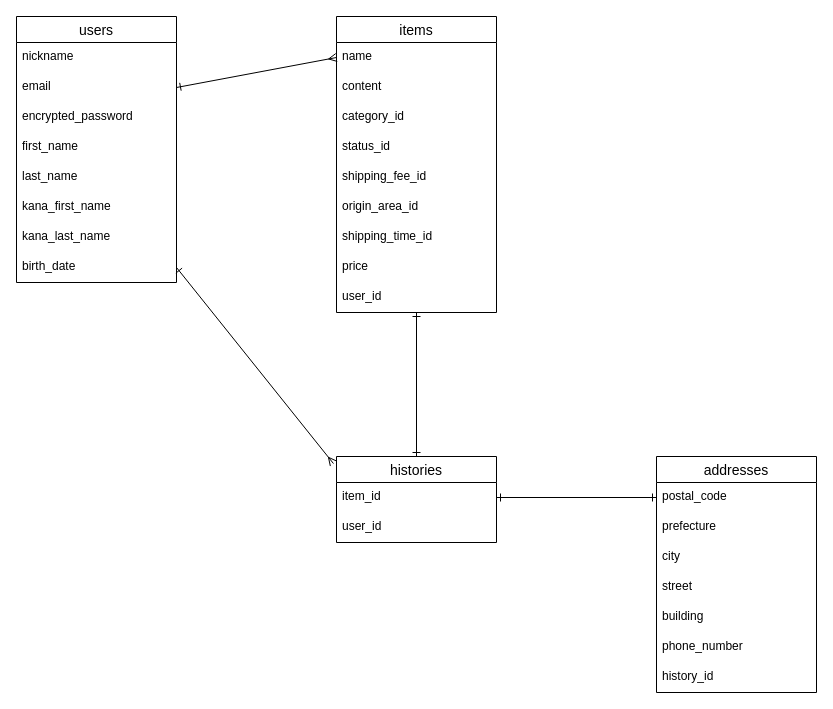
Before: ER.dio in NaokiKojimaJapan/furima-40284, a draw.io diagram. Source tidied: cells renumbered, new cells numbered last; positions are measured from the earlier drawing's top-left corner, leaving out a move shared by most shapes. Both pictures are drawn from the tidied source at 100%, with x=0, y=0 at pixel (16, 16).
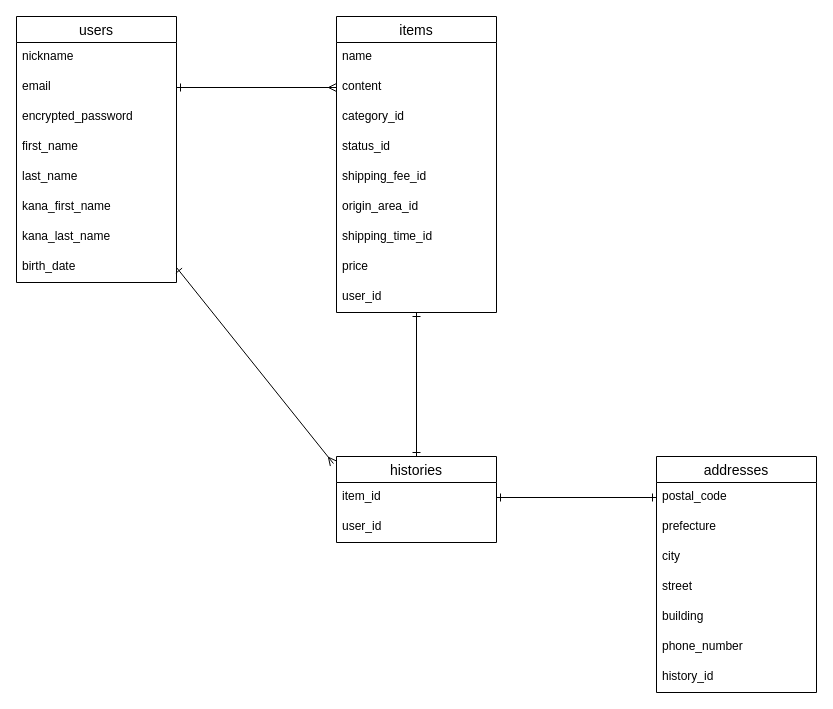
Above is the later version.

Commit message:
データベース設計#3

The change refers to these unchanged cells:
```xml
<mxCell id="4" value="email" style="text;strokeColor=none;fillColor=none;spacingLeft=4;spacingRight=4;overflow=hidden;points=[[0,0.5],[1,0.5]];portConstraint=eastwest;fontSize=12;" parent="2" vertex="1">
  <mxGeometry y="56" width="160" height="30" as="geometry" />
</mxCell>
<mxCell id="20" value="name" style="text;strokeColor=none;fillColor=none;spacingLeft=4;spacingRight=4;overflow=hidden;points=[[0,0.5],[1,0.5]];portConstraint=eastwest;fontSize=12;" parent="19" vertex="1">
  <mxGeometry y="26" width="160" height="30" as="geometry" />
</mxCell>
<mxCell id="21" value="content" style="text;strokeColor=none;fillColor=none;spacingLeft=4;spacingRight=4;overflow=hidden;points=[[0,0.5],[1,0.5]];portConstraint=eastwest;fontSize=12;" parent="19" vertex="1">
  <mxGeometry y="56" width="160" height="30" as="geometry" />
</mxCell>
```

What changed in the source:
```diff
@@
-    <mxCell id="32" style="edgeStyle=none;html=1;exitX=1;exitY=0.5;exitDx=0;exitDy=0;entryX=0;entryY=0.5;entryDx=0;entryDy=0;endArrow=ERmany;endFill=0;startArrow=ERone;startFill=0;" parent="1" edge="1" source="4" target="20">
+    <mxCell id="32" style="edgeStyle=none;html=1;exitX=1;exitY=0.5;exitDx=0;exitDy=0;endArrow=ERmany;endFill=0;startArrow=ERone;startFill=0;entryX=0;entryY=0.5;entryDx=0;entryDy=0;" parent="1" edge="1" source="4" target="21">
       <mxGeometry relative="1" as="geometry" />
     </mxCell>
```
